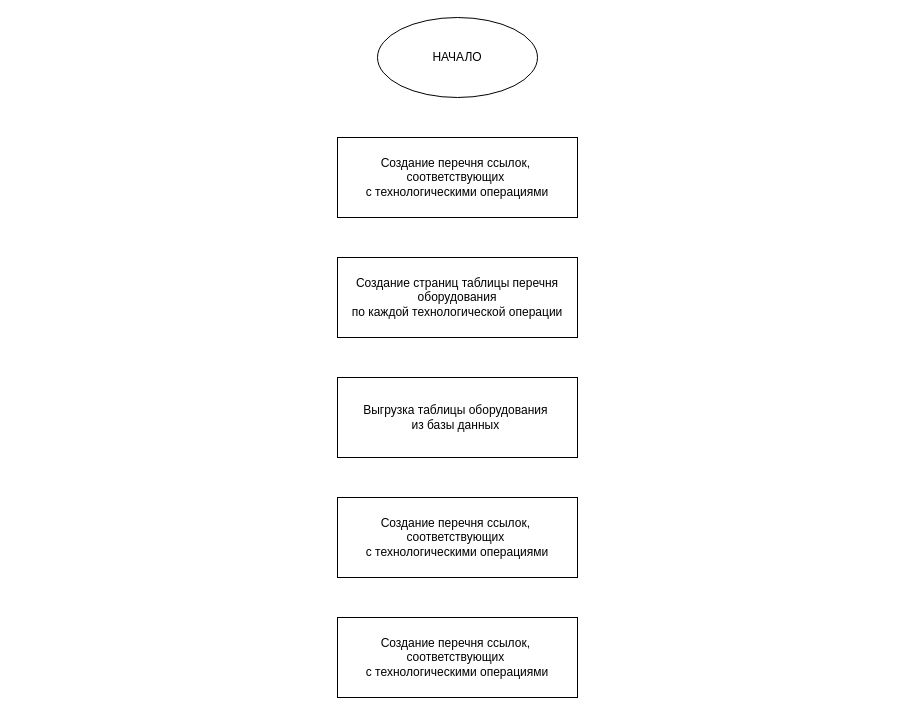
Before: Untitled 6.drawio in khanhbg339/Myproject, a draw.io diagram. Source tidied: cells renumbered, new cells numbered last; positions are measured from the earlier drawing's top-left corner, leaving out a move shared by most shapes. Both pictures are drawn from the tidied source at 100%, with x=0, y=0 at pixel (337, 17).
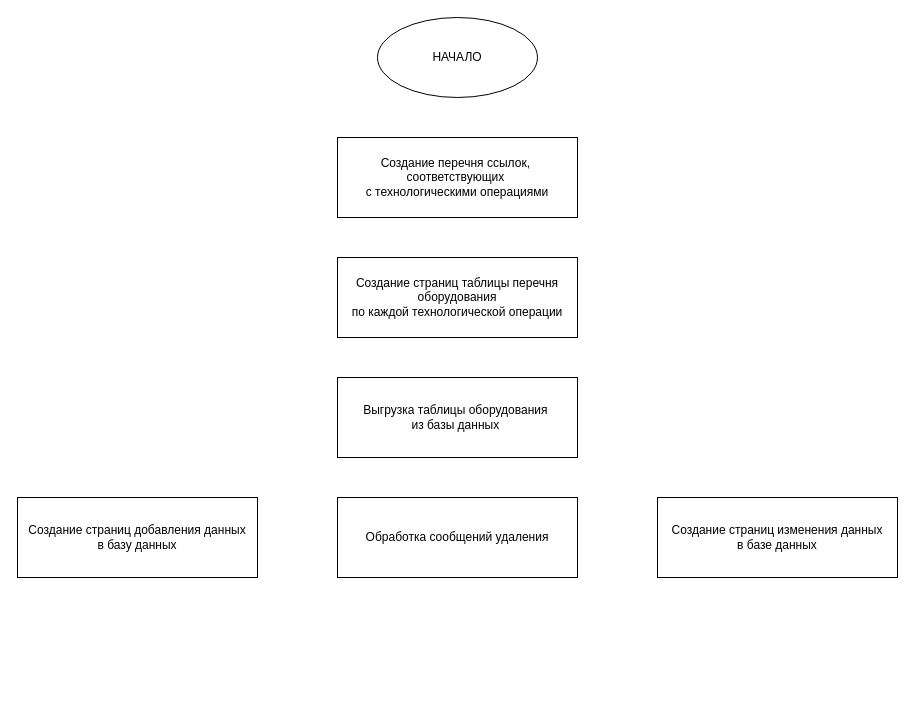
Above is the later version.

Diff of the diagram source:
```diff
@@
 <mxGraphModel>
   <root>
     <mxCell id="0" />
     <mxCell id="1" parent="0" />
     <mxCell id="2" value="НАЧАЛО" style="ellipse;whiteSpace=wrap;html=1;" parent="1" vertex="1">
       <mxGeometry x="40" width="160" height="80" as="geometry" />
     </mxCell>
     <mxCell id="3" value="Создание перечня ссылок,&amp;nbsp;&lt;br&gt;соответствующих&amp;nbsp;&lt;br&gt;с технологическими операциями" style="rounded=0;whiteSpace=wrap;html=1;" parent="1" vertex="1">
       <mxGeometry y="120" width="240" height="80" as="geometry" />
     </mxCell>
     <mxCell id="4" value="Создание страниц таблицы перечня оборудования &lt;br&gt;по каждой технологической операции" style="rounded=0;whiteSpace=wrap;html=1;" parent="1" vertex="1">
       <mxGeometry y="240" width="240" height="80" as="geometry" />
     </mxCell>
     <mxCell id="5" value="Выгрузка таблицы оборудования&amp;nbsp;&lt;br&gt;из базы данных&amp;nbsp;" style="rounded=0;whiteSpace=wrap;html=1;" parent="1" vertex="1">
       <mxGeometry y="360" width="240" height="80" as="geometry" />
     </mxCell>
-    <mxCell id="6" value="Создание перечня ссылок,&amp;nbsp;&lt;br&gt;соответствующих&amp;nbsp;&lt;br&gt;с технологическими операциями" style="rounded=0;whiteSpace=wrap;html=1;" parent="1" vertex="1">
+    <mxCell id="6" value="Обработка сообщений удаления" style="rounded=0;whiteSpace=wrap;html=1;" parent="1" vertex="1">
       <mxGeometry y="480" width="240" height="80" as="geometry" />
     </mxCell>
-    <mxCell id="7" value="Создание перечня ссылок,&amp;nbsp;&lt;br&gt;соответствующих&amp;nbsp;&lt;br&gt;с технологическими операциями" style="rounded=0;whiteSpace=wrap;html=1;" parent="1" vertex="1">
-      <mxGeometry y="600" width="240" height="80" as="geometry" />
+    <mxCell id="7" value="Создание страниц добавления данных&lt;br&gt;в базу данных" style="rounded=0;whiteSpace=wrap;html=1;" parent="1" vertex="1">
+      <mxGeometry x="-320" y="480" width="240" height="80" as="geometry" />
     </mxCell>
+    <mxCell id="8" value="Создание страниц изменения данных&lt;br&gt;в базе данных" style="rounded=0;whiteSpace=wrap;html=1;" parent="1" vertex="1">
+      <mxGeometry x="320" y="480" width="240" height="80" as="geometry" />
+    </mxCell>
   </root>
 </mxGraphModel>
```
